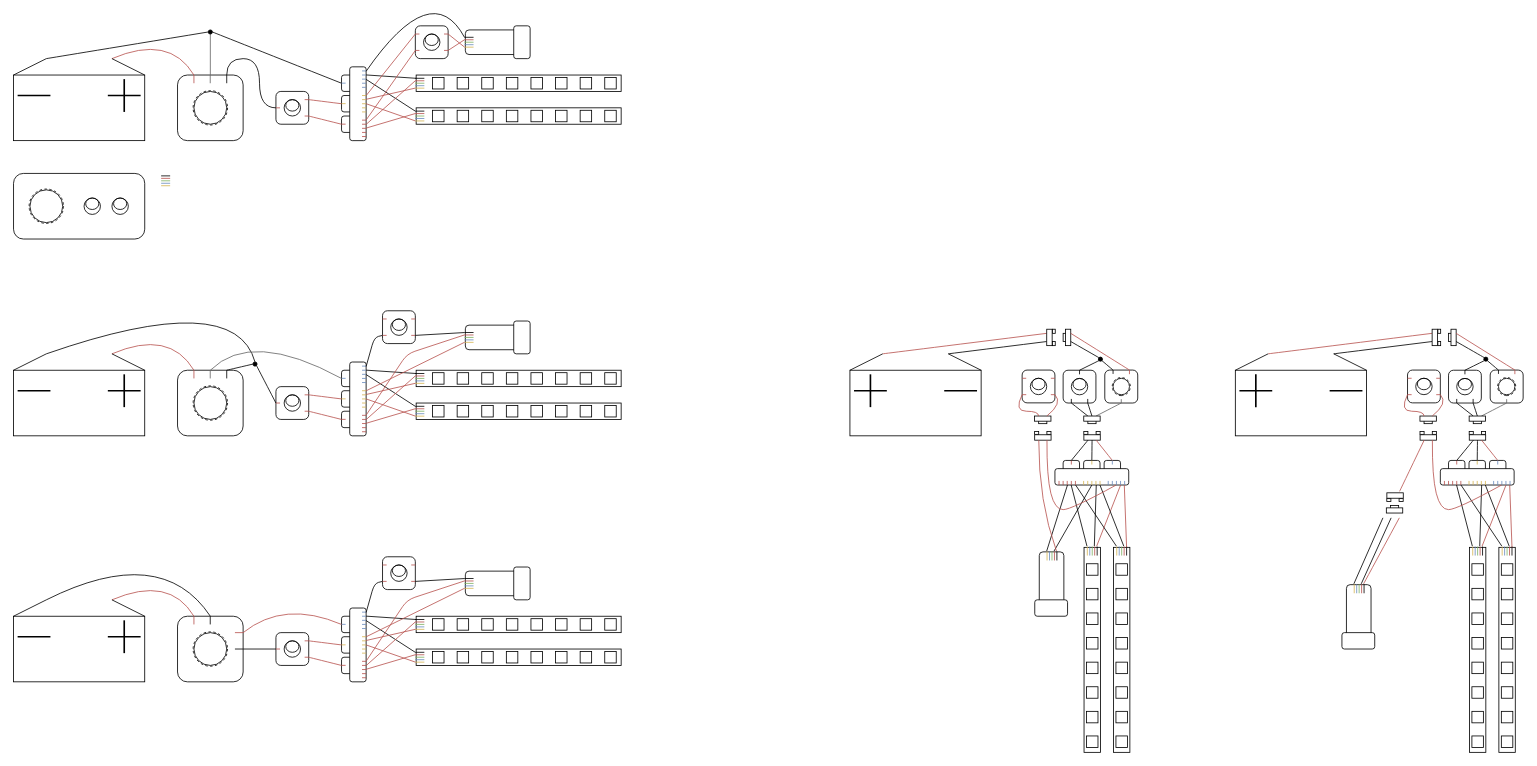
This is led-wiring.drawio from vinas94/drawio, a draw.io file, before an edit. Source tidied: cells renumbered, new cells numbered last; positions are measured from the earlier drawing's top-left corner, leaving out a move shared by most shapes. Both pictures are drawn from the tidied source at 82%, with x=0, y=0 at pixel (13, -24).
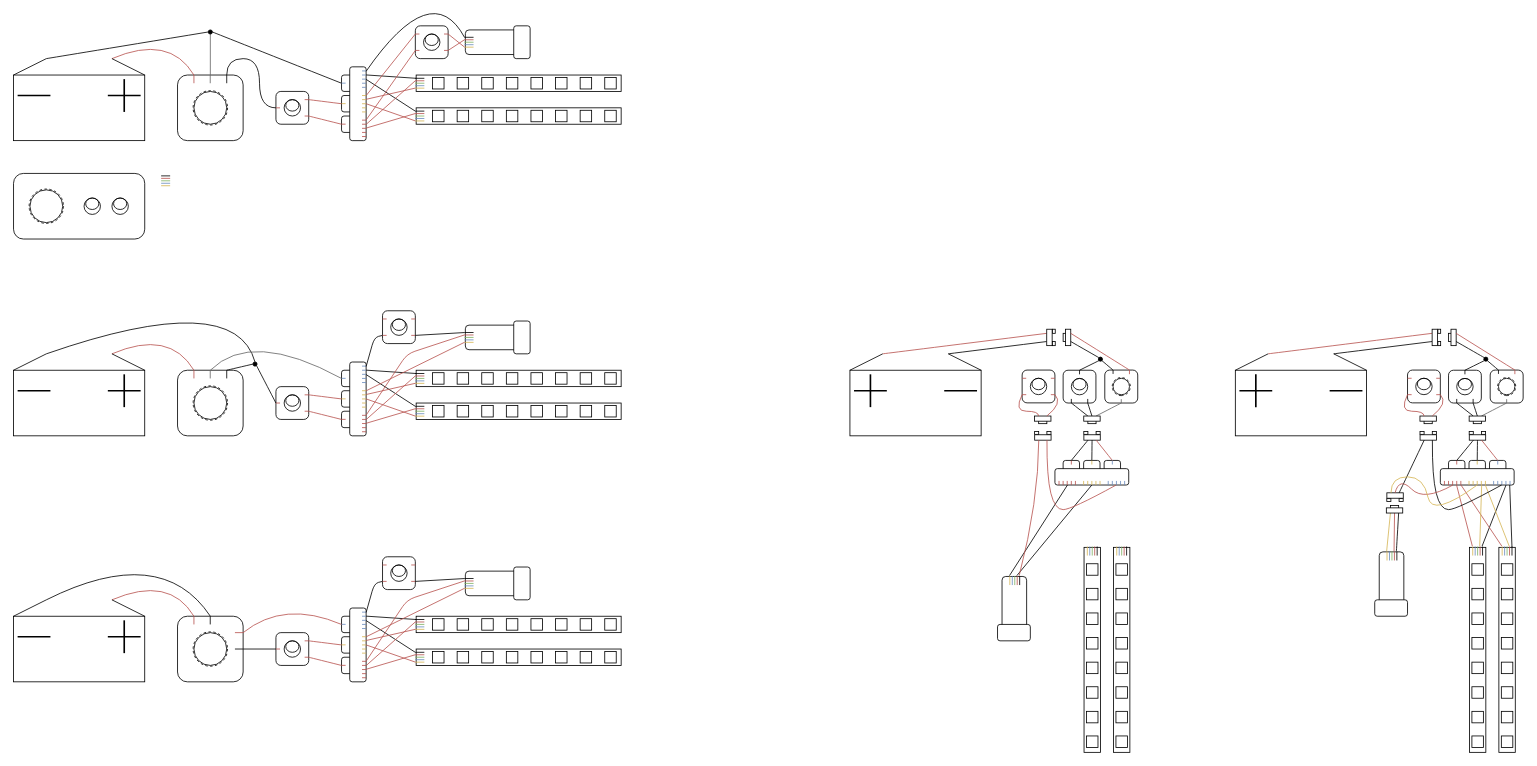
Above is the later version.

Unchanged cells that the change refers to:
```xml
<mxCell id="386" style="rounded=0;whiteSpace=wrap;html=1;strokeColor=none;align=center;verticalAlign=middle;fontFamily=Helvetica;fontSize=12;fontColor=default;fillColor=none;points=[[0,0,0,0,0],[0,0.17,0,0,0],[0,0.33,0,0,0],[0,0.5,0,0,0],[0,0.67,0,0,0],[0,0.83,0,0,0],[0,1,0,0,0],[0.25,0,0,0,0],[0.25,1,0,0,0],[0.5,0,0,0,0],[0.5,1,0,0,0],[0.75,0,0,0,0],[0.75,1,0,0,0],[1,0,0,0,0],[1,0.25,0,0,0],[1,0.5,0,0,0],[1,0.75,0,0,0],[1,1,0,0,0]];rotation=90;" parent="385" vertex="1">
  <mxGeometry width="13" height="18" as="geometry" />
</mxCell>
<mxCell id="403" style="rounded=0;whiteSpace=wrap;html=1;points=[[0,0.2,0,0,0],[0,0.35,0,0,0],[0,0.5,0,0,0],[0,0.65,0,0,0],[0,0.8,0,0,0],[0.75,0,0,0,0],[0.75,1,0,0,0],[1,0,0,0,0],[1,0.25,0,0,0],[1,0.5,0,0,0],[1,0.75,0,0,0],[1,1,0,0,0]];rotation=90;" parent="402" vertex="1">
  <mxGeometry x="1" y="1" width="250" height="20" as="geometry" />
</mxCell>
<mxCell id="413" style="rounded=0;whiteSpace=wrap;html=1;strokeColor=none;align=center;verticalAlign=middle;fontFamily=Helvetica;fontSize=12;fontColor=default;fillColor=none;points=[[0,0,0,0,0],[0,0.17,0,0,0],[0,0.33,0,0,0],[0,0.5,0,0,0],[0,0.67,0,0,0],[0,0.83,0,0,0],[0,1,0,0,0],[0.25,0,0,0,0],[0.25,1,0,0,0],[0.5,0,0,0,0],[0.5,1,0,0,0],[0.75,0,0,0,0],[0.75,1,0,0,0],[1,0,0,0,0],[1,0.25,0,0,0],[1,0.5,0,0,0],[1,0.75,0,0,0],[1,1,0,0,0]];rotation=90;" parent="412" vertex="1">
  <mxGeometry width="13" height="18" as="geometry" />
</mxCell>
<mxCell id="432" style="rounded=1;whiteSpace=wrap;html=1;strokeColor=default;align=center;verticalAlign=middle;fontFamily=Helvetica;fontSize=12;fontColor=default;fillColor=default;points=[[0,0,0,0,0],[0,0.25,0,0,0],[0,0.5,0,0,0],[0,0.75,0,0,0],[0,1,0,0,0],[0.25,0,0,0,0],[0.25,1,0,0,0],[0.5,0,0,0,0],[0.5,1,0,0,0],[0.75,0,0,0,0],[0.75,1,0,0,0],[1,0,0,0,0],[1,0.06,0,0,0],[1,0.11,0,0,0],[1,0.17,0,0,0],[1,0.22,0,0,0],[1,0.28,0,0,0],[1,0.33,0,0,0],[1,0.39,0,0,0],[1,0.44,0,0,0],[1,0.5,0,0,0],[1,0.56,0,0,0],[1,0.61,0,0,0],[1,0.67,0,0,0],[1,0.72,0,0,0],[1,0.78,0,0,0],[1,0.83,0,0,0],[1,0.89,0,0,0],[1,0.94,0,0,0],[1,1,0,0,0]];rotation=90;" parent="429" vertex="1">
  <mxGeometry width="20" height="90" as="geometry" />
</mxCell>
<mxCell id="531" style="rounded=0;whiteSpace=wrap;html=1;strokeColor=none;align=center;verticalAlign=middle;fontFamily=Helvetica;fontSize=12;fontColor=default;fillColor=none;points=[[0,0,0,0,0],[0,0.17,0,0,0],[0,0.33,0,0,0],[0,0.5,0,0,0],[0,0.67,0,0,0],[0,0.83,0,0,0],[0,1,0,0,0],[0.25,0,0,0,0],[0.25,1,0,0,0],[0.5,0,0,0,0],[0.5,1,0,0,0],[0.75,0,0,0,0],[0.75,1,0,0,0],[1,0,0,0,0],[1,0.25,0,0,0],[1,0.5,0,0,0],[1,0.75,0,0,0],[1,1,0,0,0]];rotation=90;" parent="530" vertex="1">
  <mxGeometry width="13" height="18" as="geometry" />
</mxCell>
<mxCell id="548" style="rounded=0;whiteSpace=wrap;html=1;points=[[0,0.2,0,0,0],[0,0.35,0,0,0],[0,0.5,0,0,0],[0,0.65,0,0,0],[0,0.8,0,0,0],[0.75,0,0,0,0],[0.75,1,0,0,0],[1,0,0,0,0],[1,0.25,0,0,0],[1,0.5,0,0,0],[1,0.75,0,0,0],[1,1,0,0,0]];rotation=90;" parent="547" vertex="1">
  <mxGeometry x="1" y="1" width="250" height="20" as="geometry" />
</mxCell>
<mxCell id="558" style="rounded=0;whiteSpace=wrap;html=1;strokeColor=none;align=center;verticalAlign=middle;fontFamily=Helvetica;fontSize=12;fontColor=default;fillColor=none;points=[[0,0,0,0,0],[0,0.17,0,0,0],[0,0.33,0,0,0],[0,0.5,0,0,0],[0,0.67,0,0,0],[0,0.83,0,0,0],[0,1,0,0,0],[0.25,0,0,0,0],[0.25,1,0,0,0],[0.5,0,0,0,0],[0.5,1,0,0,0],[0.75,0,0,0,0],[0.75,1,0,0,0],[1,0,0,0,0],[1,0.25,0,0,0],[1,0.5,0,0,0],[1,0.75,0,0,0],[1,1,0,0,0]];rotation=90;" parent="557" vertex="1">
  <mxGeometry width="13" height="18" as="geometry" />
</mxCell>
<mxCell id="577" style="rounded=1;whiteSpace=wrap;html=1;strokeColor=default;align=center;verticalAlign=middle;fontFamily=Helvetica;fontSize=12;fontColor=default;fillColor=default;points=[[0,0,0,0,0],[0,0.25,0,0,0],[0,0.5,0,0,0],[0,0.75,0,0,0],[0,1,0,0,0],[0.25,0,0,0,0],[0.25,1,0,0,0],[0.5,0,0,0,0],[0.5,1,0,0,0],[0.75,0,0,0,0],[0.75,1,0,0,0],[1,0,0,0,0],[1,0.06,0,0,0],[1,0.11,0,0,0],[1,0.17,0,0,0],[1,0.22,0,0,0],[1,0.28,0,0,0],[1,0.33,0,0,0],[1,0.39,0,0,0],[1,0.44,0,0,0],[1,0.5,0,0,0],[1,0.56,0,0,0],[1,0.61,0,0,0],[1,0.67,0,0,0],[1,0.72,0,0,0],[1,0.78,0,0,0],[1,0.83,0,0,0],[1,0.89,0,0,0],[1,0.94,0,0,0],[1,1,0,0,0]];rotation=90;" parent="574" vertex="1">
  <mxGeometry width="20" height="90" as="geometry" />
</mxCell>
<mxCell id="605" style="rounded=0;whiteSpace=wrap;html=1;strokeColor=none;align=center;verticalAlign=middle;fontFamily=Helvetica;fontSize=12;fontColor=default;fillColor=none;points=[[0,0,0,0,0],[0,0.17,0,0,0],[0,0.33,0,0,0],[0,0.5,0,0,0],[0,0.67,0,0,0],[0,0.83,0,0,0],[0,1,0,0,0],[0.25,0,0,0,0],[0.25,1,0,0,0],[0.5,0,0,0,0],[0.5,1,0,0,0],[0.75,0,0,0,0],[0.75,1,0,0,0],[1,0,0,0,0],[1,0.25,0,0,0],[1,0.5,0,0,0],[1,0.75,0,0,0],[1,1,0,0,0]];rotation=90;" parent="604" vertex="1">
  <mxGeometry width="13" height="18" as="geometry" />
</mxCell>
<mxCell id="641" style="rounded=0;whiteSpace=wrap;html=1;rotation=90;" parent="640" vertex="1">
  <mxGeometry x="2" y="2" width="6.6" height="20" as="geometry" />
</mxCell>
<mxCell id="660" style="rounded=0;whiteSpace=wrap;html=1;rotation=-90;" parent="658" vertex="1">
  <mxGeometry x="1" y="1" width="6.3" height="20" as="geometry" />
</mxCell>
<mxCell id="662" style="rounded=0;whiteSpace=wrap;html=1;rotation=-90;" parent="661" vertex="1">
  <mxGeometry x="6.8" y="-6.7" width="6.6" height="20" as="geometry" />
</mxCell>
```

What changed in the source:
```diff
@@
-    <mxCell id="453" style="endArrow=none;html=1;rounded=0;fontFamily=Helvetica;fontSize=12;fontColor=default;exitX=1;exitY=0.06;exitDx=0;exitDy=0;exitPerimeter=0;entryX=0;entryY=0.2;entryDx=0;entryDy=0;entryPerimeter=0;strokeColor=#B85450;" parent="1" edge="1" source="432" target="403">
-      <mxGeometry relative="1" as="geometry" />
-    </mxCell>
-    <mxCell id="454" style="endArrow=none;html=1;rounded=0;fontFamily=Helvetica;fontSize=12;fontColor=default;exitX=1;exitY=0.11;exitDx=0;exitDy=0;exitPerimeter=0;entryX=0;entryY=0.17;entryDx=0;entryDy=0;entryPerimeter=0;strokeColor=#B85450;" parent="1" edge="1" source="432" target="386">
-      <mxGeometry relative="1" as="geometry" />
-    </mxCell>
     <mxCell id="455" style="group;rotation=90;" parent="1" vertex="1">
-      <mxGeometry x="1225.4" y="720" width="80" height="40" as="geometry" />
+      <mxGeometry x="1180" y="750" width="80" height="40" as="geometry" />
     </mxCell>
@@
-    <mxCell id="466" style="endArrow=none;html=1;rounded=0;fontFamily=Helvetica;fontSize=12;fontColor=default;exitX=1;exitY=0.72;exitDx=0;exitDy=0;exitPerimeter=0;entryX=0;entryY=0.83;entryDx=0;entryDy=0;entryPerimeter=0;fillColor=#f8cecc;strokeColor=#000000;" parent="1" edge="1" source="432" target="413">
-      <mxGeometry relative="1" as="geometry" />
-    </mxCell>
-    <mxCell id="467" style="endArrow=none;html=1;rounded=0;fontFamily=Helvetica;fontSize=12;fontColor=default;entryX=0;entryY=0.83;entryDx=0;entryDy=0;entryPerimeter=0;exitX=1;exitY=0.78;exitDx=0;exitDy=0;exitPerimeter=0;fillColor=#f8cecc;strokeColor=#000000;" parent="1" edge="1" source="432" target="386">
-      <mxGeometry relative="1" as="geometry" />
-    </mxCell>
-    <mxCell id="468" style="endArrow=none;html=1;rounded=0;fontFamily=Helvetica;fontSize=12;fontColor=default;entryX=0;entryY=0.33;entryDx=0;entryDy=0;entryPerimeter=0;exitX=1;exitY=0.39;exitDx=0;exitDy=0;exitPerimeter=0;fillColor=#f8cecc;strokeColor=#000000;" parent="1" edge="1" source="432" target="413">
-      <mxGeometry relative="1" as="geometry" />
-    </mxCell>
-    <mxCell id="469" style="endArrow=none;html=1;rounded=0;fontFamily=Helvetica;fontSize=12;fontColor=default;entryX=0;entryY=0.33;entryDx=0;entryDy=0;entryPerimeter=0;exitX=1;exitY=0.44;exitDx=0;exitDy=0;exitPerimeter=0;fillColor=#f8cecc;strokeColor=#000000;" parent="1" edge="1" source="432" target="386">
-      <mxGeometry relative="1" as="geometry" />
-    </mxCell>
@@
-    <mxCell id="598" style="endArrow=none;html=1;rounded=0;fontFamily=Helvetica;fontSize=12;fontColor=default;exitX=1;exitY=0.06;exitDx=0;exitDy=0;exitPerimeter=0;entryX=0;entryY=0.2;entryDx=0;entryDy=0;entryPerimeter=0;strokeColor=#B85450;" parent="1" edge="1" source="577" target="548">
+    <mxCell id="598" style="endArrow=none;html=1;rounded=0;fontFamily=Helvetica;fontSize=12;fontColor=default;exitX=1;exitY=0.06;exitDx=0;exitDy=0;exitPerimeter=0;entryX=0;entryY=0.2;entryDx=0;entryDy=0;entryPerimeter=0;strokeColor=#000000;" parent="1" edge="1" source="577" target="548">
       <mxGeometry relative="1" as="geometry" />
     </mxCell>
-    <mxCell id="599" style="endArrow=none;html=1;rounded=0;fontFamily=Helvetica;fontSize=12;fontColor=default;exitX=1;exitY=0.11;exitDx=0;exitDy=0;exitPerimeter=0;entryX=0;entryY=0.17;entryDx=0;entryDy=0;entryPerimeter=0;strokeColor=#B85450;" parent="1" edge="1" source="577" target="531">
+    <mxCell id="599" style="endArrow=none;html=1;rounded=0;fontFamily=Helvetica;fontSize=12;fontColor=default;exitX=1;exitY=0.11;exitDx=0;exitDy=0;exitPerimeter=0;entryX=0;entryY=0.17;entryDx=0;entryDy=0;entryPerimeter=0;strokeColor=#000000;" parent="1" edge="1" source="577" target="531">
       <mxGeometry relative="1" as="geometry" />
     </mxCell>
     <mxCell id="600" style="group;rotation=90;" parent="1" vertex="1">
-      <mxGeometry x="1600" y="760" width="80" height="40" as="geometry" />
+      <mxGeometry x="1640" y="720" width="80" height="40" as="geometry" />
     </mxCell>
@@
-    <mxCell id="611" style="endArrow=none;html=1;rounded=0;fontFamily=Helvetica;fontSize=12;fontColor=default;exitX=1;exitY=0.72;exitDx=0;exitDy=0;exitPerimeter=0;entryX=0;entryY=0.83;entryDx=0;entryDy=0;entryPerimeter=0;fillColor=#f8cecc;strokeColor=#000000;" parent="1" edge="1" source="577" target="558">
+    <mxCell id="611" style="endArrow=none;html=1;rounded=0;fontFamily=Helvetica;fontSize=12;fontColor=default;exitX=1;exitY=0.72;exitDx=0;exitDy=0;exitPerimeter=0;entryX=0;entryY=0.83;entryDx=0;entryDy=0;entryPerimeter=0;fillColor=#f8cecc;strokeColor=#B85450;" parent="1" edge="1" source="577" target="558">
       <mxGeometry relative="1" as="geometry" />
     </mxCell>
-    <mxCell id="612" style="endArrow=none;html=1;rounded=0;fontFamily=Helvetica;fontSize=12;fontColor=default;entryX=0;entryY=0.83;entryDx=0;entryDy=0;entryPerimeter=0;exitX=1;exitY=0.78;exitDx=0;exitDy=0;exitPerimeter=0;fillColor=#f8cecc;strokeColor=#000000;" parent="1" edge="1" source="577" target="531">
+    <mxCell id="612" style="endArrow=none;html=1;rounded=0;fontFamily=Helvetica;fontSize=12;fontColor=default;entryX=0;entryY=0.83;entryDx=0;entryDy=0;entryPerimeter=0;exitX=1;exitY=0.78;exitDx=0;exitDy=0;exitPerimeter=0;fillColor=#f8cecc;strokeColor=#B85450;" parent="1" edge="1" source="577" target="531">
       <mxGeometry relative="1" as="geometry" />
     </mxCell>
-    <mxCell id="613" style="endArrow=none;html=1;rounded=0;fontFamily=Helvetica;fontSize=12;fontColor=default;entryX=0;entryY=0.33;entryDx=0;entryDy=0;entryPerimeter=0;exitX=1;exitY=0.39;exitDx=0;exitDy=0;exitPerimeter=0;fillColor=#f8cecc;strokeColor=#000000;" parent="1" edge="1" source="577" target="558">
+    <mxCell id="613" style="endArrow=none;html=1;rounded=0;fontFamily=Helvetica;fontSize=12;fontColor=default;entryX=0;entryY=0.33;entryDx=0;entryDy=0;entryPerimeter=0;exitX=1;exitY=0.39;exitDx=0;exitDy=0;exitPerimeter=0;fillColor=#f8cecc;strokeColor=#D6B656;" parent="1" edge="1" source="577" target="558">
       <mxGeometry relative="1" as="geometry" />
     </mxCell>
-    <mxCell id="614" style="endArrow=none;html=1;rounded=0;fontFamily=Helvetica;fontSize=12;fontColor=default;entryX=0;entryY=0.33;entryDx=0;entryDy=0;entryPerimeter=0;exitX=1;exitY=0.44;exitDx=0;exitDy=0;exitPerimeter=0;fillColor=#f8cecc;strokeColor=#000000;" parent="1" edge="1" source="577" target="531">
+    <mxCell id="614" style="endArrow=none;html=1;rounded=0;fontFamily=Helvetica;fontSize=12;fontColor=default;entryX=0;entryY=0.33;entryDx=0;entryDy=0;entryPerimeter=0;exitX=1;exitY=0.44;exitDx=0;exitDy=0;exitPerimeter=0;fillColor=#f8cecc;strokeColor=#D6B656;" parent="1" edge="1" source="577" target="531">
       <mxGeometry relative="1" as="geometry" />
     </mxCell>
@@
-    <mxCell id="623" style="endArrow=none;html=1;rounded=0;fontFamily=Helvetica;fontSize=12;fontColor=default;entryX=0;entryY=0.83;entryDx=0;entryDy=0;fillColor=#f8cecc;strokeColor=#000000;entryPerimeter=0;" parent="1" edge="1" target="605">
-      <mxGeometry relative="1" as="geometry">
-        <mxPoint x="1670" y="660" as="sourcePoint" />
-      </mxGeometry>
+    <mxCell id="623" style="endArrow=none;html=1;rounded=0;fontFamily=Helvetica;fontSize=12;fontColor=default;entryX=0;entryY=0.83;entryDx=0;entryDy=0;fillColor=#f8cecc;strokeColor=#D6B656;entryPerimeter=0;exitX=0;exitY=0.25;exitDx=0;exitDy=0;" parent="1" edge="1" source="660" target="605">
+      <mxGeometry relative="1" as="geometry" />
     </mxCell>
-    <mxCell id="624" style="endArrow=none;html=1;rounded=1;fontFamily=Helvetica;fontSize=12;fontColor=default;entryX=0;entryY=0.33;entryDx=0;entryDy=0;fillColor=#f8cecc;strokeColor=#000000;entryPerimeter=0;curved=0;" parent="1" edge="1" target="605">
-      <mxGeometry relative="1" as="geometry">
-        <mxPoint x="1680" y="660" as="sourcePoint" />
-      </mxGeometry>
+    <mxCell id="624" style="endArrow=none;html=1;rounded=1;fontFamily=Helvetica;fontSize=12;fontColor=default;entryX=0;entryY=0.33;entryDx=0;entryDy=0;fillColor=#f8cecc;strokeColor=#B85450;entryPerimeter=0;curved=0;exitX=0;exitY=0.5;exitDx=0;exitDy=0;" parent="1" edge="1" source="660" target="605">
+      <mxGeometry relative="1" as="geometry" />
     </mxCell>
@@
-    <mxCell id="645" style="endArrow=none;html=1;rounded=0;fontFamily=Helvetica;fontSize=12;fontColor=default;fillColor=#f5f5f5;strokeColor=#B85450;curved=1;entryX=1;entryY=0.25;entryDx=0;entryDy=0;exitX=1;exitY=0.17;exitDx=0;exitDy=0;exitPerimeter=0;" parent="1" edge="1" source="577" target="641">
+    <mxCell id="645" style="endArrow=none;html=1;rounded=0;fontFamily=Helvetica;fontSize=12;fontColor=default;fillColor=#f5f5f5;strokeColor=#000000;curved=1;entryX=1;entryY=0.25;entryDx=0;entryDy=0;exitX=1;exitY=0.17;exitDx=0;exitDy=0;exitPerimeter=0;" parent="1" edge="1" source="577" target="641">
       <mxGeometry relative="1" as="geometry">
         <Array as="points">
           <mxPoint x="1760" y="650" />
           <mxPoint x="1740" y="650" />
           <mxPoint x="1730" y="610" />
         </Array>
       </mxGeometry>
     </mxCell>
@@
-    <mxCell id="647" style="endArrow=none;html=1;rounded=0;fontFamily=Helvetica;fontSize=12;fontColor=default;fillColor=#f5f5f5;strokeColor=#B85450;curved=1;exitX=0;exitY=0.17;exitDx=0;exitDy=0;exitPerimeter=0;" parent="1" edge="1" source="605">
-      <mxGeometry relative="1" as="geometry">
-        <mxPoint x="1690" y="660" as="targetPoint" />
-      </mxGeometry>
+    <mxCell id="647" style="endArrow=none;html=1;rounded=0;fontFamily=Helvetica;fontSize=12;fontColor=default;fillColor=#f5f5f5;strokeColor=#000000;curved=1;exitX=0;exitY=0.17;exitDx=0;exitDy=0;exitPerimeter=0;entryX=0;entryY=0.75;entryDx=0;entryDy=0;" parent="1" edge="1" source="605" target="660">
+      <mxGeometry relative="1" as="geometry" />
     </mxCell>
@@
-    <mxCell id="665" style="endArrow=none;html=1;rounded=0;fontFamily=Helvetica;fontSize=12;fontColor=default;fillColor=#f5f5f5;strokeColor=#B85450;curved=1;entryX=1;entryY=0.75;entryDx=0;entryDy=0;exitX=1.271;exitY=0.776;exitDx=0;exitDy=0;exitPerimeter=0;" parent="1" edge="1" source="662" target="641">
+    <mxCell id="665" style="endArrow=none;html=1;rounded=0;fontFamily=Helvetica;fontSize=12;fontColor=default;fillColor=#f5f5f5;strokeColor=#000000;curved=1;entryX=1;entryY=0.75;entryDx=0;entryDy=0;exitX=1;exitY=0.75;exitDx=0;exitDy=0;" parent="1" edge="1" source="662" target="641">
       <mxGeometry relative="1" as="geometry" />
     </mxCell>
+    <mxCell id="666" style="endArrow=none;html=1;rounded=0;fontFamily=Helvetica;fontSize=12;fontColor=default;fillColor=#f8cecc;strokeColor=#B85450;exitX=1;exitY=0.5;exitDx=0;exitDy=0;entryX=1;entryY=0.83;entryDx=0;entryDy=0;entryPerimeter=0;curved=1;" parent="1" edge="1" source="662" target="577">
+      <mxGeometry relative="1" as="geometry">
+        <Array as="points">
+          <mxPoint x="1690" y="610" />
+          <mxPoint x="1720" y="640" />
+        </Array>
+      </mxGeometry>
+    </mxCell>
+    <mxCell id="667" style="endArrow=none;html=1;rounded=0;fontFamily=Helvetica;fontSize=12;fontColor=default;fillColor=#f8cecc;strokeColor=#D6B656;exitX=1;exitY=0.25;exitDx=0;exitDy=0;entryX=1;entryY=0.5;entryDx=0;entryDy=0;entryPerimeter=0;curved=1;" parent="1" edge="1" source="662" target="577">
+      <mxGeometry relative="1" as="geometry">
+        <Array as="points">
+          <mxPoint x="1680" y="610" />
+          <mxPoint x="1720" y="610" />
+          <mxPoint x="1730" y="660" />
+        </Array>
+      </mxGeometry>
+    </mxCell>
```
